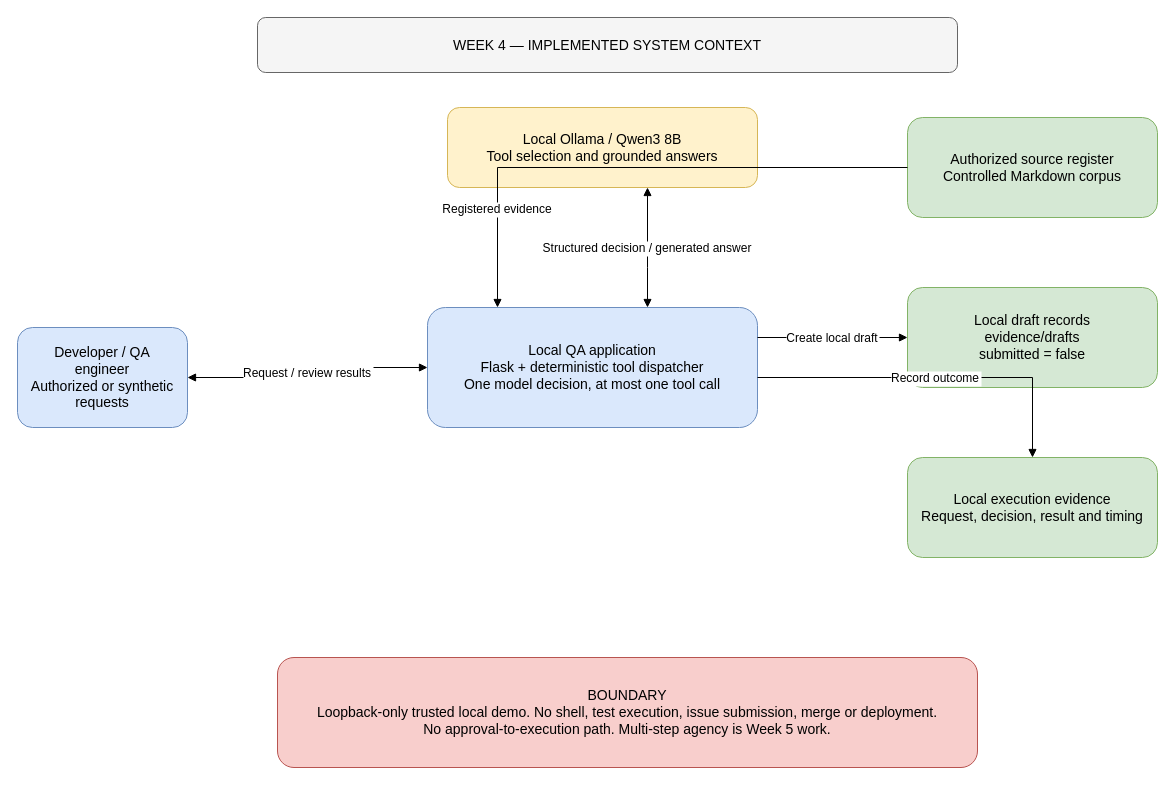
Earlier version of the draw.io diagram page "Week 4 context" (1 of 2) of docs/architecture/week4-architecture.drawio (ambroseonyanga/Software-engineering-QA-agent-GroupO). Source tidied: cells renumbered, new cells numbered last; positions are measured from the earlier drawing's top-left corner, leaving out a move shared by most shapes. Both pictures are drawn from the tidied source at 100%, with x=0, y=0 at pixel (17, 17).
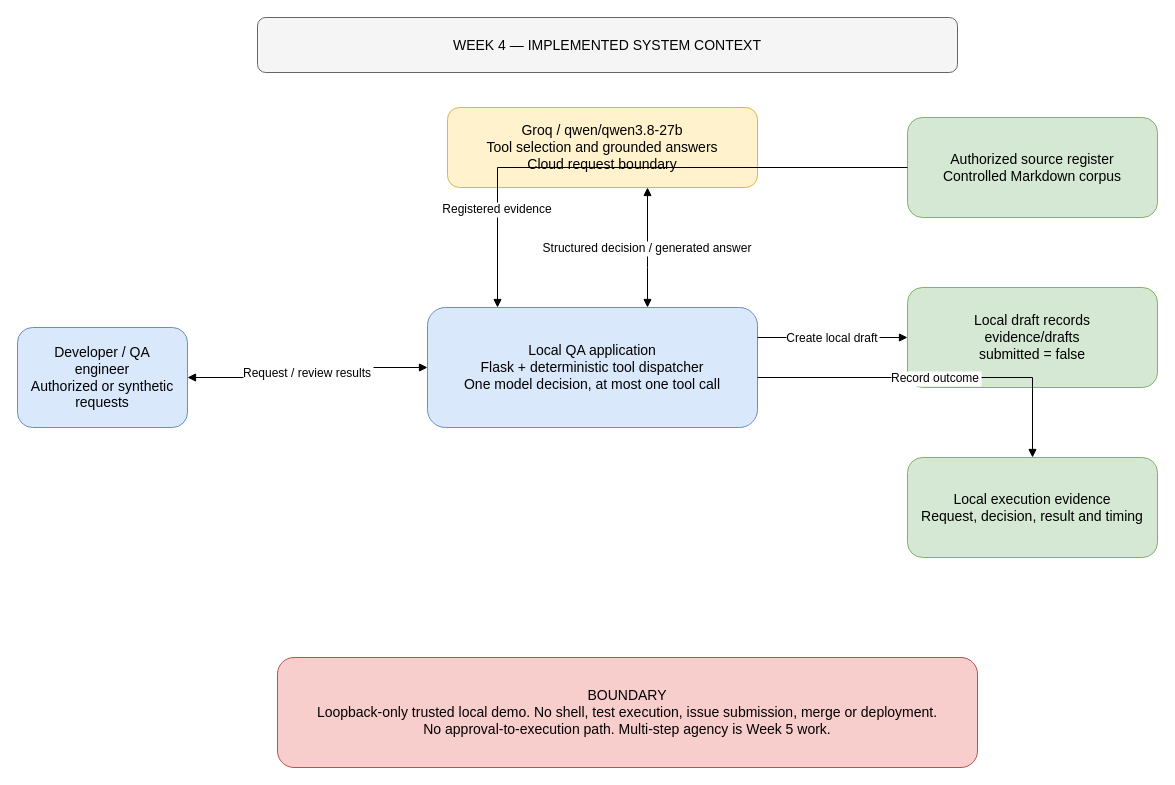
The same diagram, later.

Change to the diagram source:
```diff
@@
-    <mxCell id="5" value="Local Ollama / Qwen3 8B&#10;Tool selection and grounded answers" style="rounded=1;whiteSpace=wrap;html=0;fillColor=#fff2cc;strokeColor=#d6b656;fontSize=14;spacing=10;" parent="1" vertex="1">
+    <mxCell id="5" value="Groq / qwen/qwen3.8-27b&#10;Tool selection and grounded answers&#10;Cloud request boundary" style="rounded=1;whiteSpace=wrap;html=0;fillColor=#fff2cc;strokeColor=#d6b656;fontSize=14;spacing=10;" parent="1" vertex="1">
       <mxGeometry x="430" y="90" width="310" height="80" as="geometry" />
     </mxCell>
```
